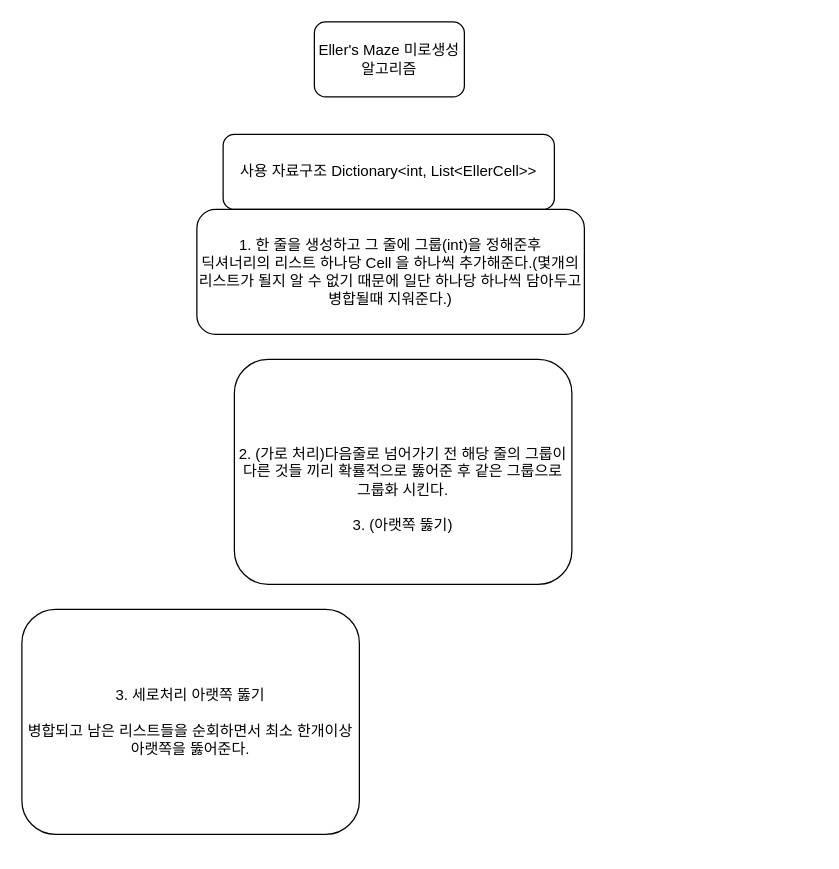
Above: 다이어그램/Eller's Maze 미로생성 알고리즘.drawio in steelfs/JY (draw.io), before the change. Source tidied: cells renumbered, new cells numbered last; positions are measured from the earlier drawing's top-left corner, leaving out a move shared by most shapes. Both pictures are drawn from the tidied source at 125%, with x=0, y=0 at pixel (21, 21).
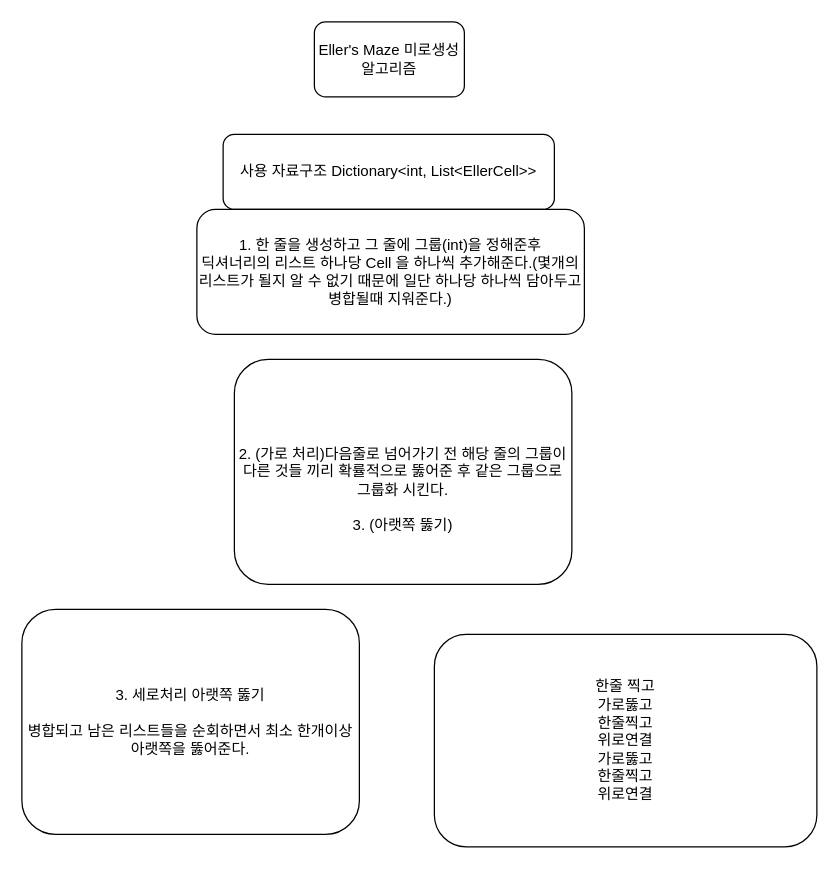
The same diagram, later.

Diff of the diagram source:
```diff
@@
 <mxGraphModel>
   <root>
     <mxCell id="0" />
     <mxCell id="1" parent="0" />
     <mxCell id="2" value="Eller's Maze 미로생성 알고리즘" style="rounded=1;whiteSpace=wrap;html=1;" parent="1" vertex="1">
       <mxGeometry x="234" width="120" height="60" as="geometry" />
     </mxCell>
     <mxCell id="3" value="&lt;br&gt;&lt;br&gt;2. (가로 처리)다음줄로 넘어가기 전 해당 줄의 그룹이 다른 것들 끼리 확률적으로 뚫어준 후 같은 그룹으로 그룹화 시킨다.&lt;br&gt;&lt;br&gt;3. (아랫쪽 뚫기)" style="rounded=1;whiteSpace=wrap;html=1;" parent="1" vertex="1">
       <mxGeometry x="170" y="270" width="270" height="180" as="geometry" />
     </mxCell>
     <mxCell id="4" value="사용 자료구조 Dictionary&amp;lt;int, List&amp;lt;EllerCell&amp;gt;&amp;gt;" style="rounded=1;whiteSpace=wrap;html=1;" parent="1" vertex="1">
       <mxGeometry x="161" y="90" width="265" height="60" as="geometry" />
     </mxCell>
     <mxCell id="5" value="1. 한 줄을 생성하고 그 줄에 그룹(int)을 정해준후&lt;br&gt;딕셔너리의 리스트 하나당 Cell 을 하나씩 추가해준다.(몇개의 리스트가 될지 알 수 없기 때문에 일단 하나당 하나씩 담아두고 병합될때 지워준다.)" style="rounded=1;whiteSpace=wrap;html=1;" parent="1" vertex="1">
       <mxGeometry x="140" y="150" width="310" height="100" as="geometry" />
     </mxCell>
     <mxCell id="6" value="3. 세로처리 아랫쪽 뚫기&lt;br&gt;&lt;br&gt;병합되고 남은 리스트들을 순회하면서 최소 한개이상 아랫쪽을 뚫어준다." style="rounded=1;whiteSpace=wrap;html=1;" parent="1" vertex="1">
       <mxGeometry y="470" width="270" height="180" as="geometry" />
     </mxCell>
+    <mxCell id="7" value="한줄 찍고&lt;br&gt;가로뚫고&lt;br&gt;한줄찍고&lt;br&gt;위로연결&lt;br&gt;가로뚫고&lt;br&gt;한줄찍고&lt;br&gt;위로연결" style="rounded=1;whiteSpace=wrap;html=1;" parent="1" vertex="1">
+      <mxGeometry x="330" y="490" width="306" height="170" as="geometry" />
+    </mxCell>
   </root>
 </mxGraphModel>
```
